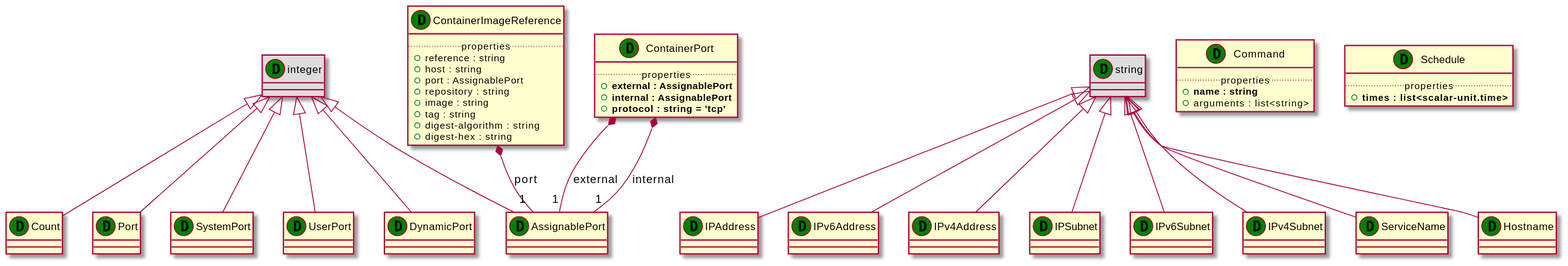
Before: examples/Khutulun/diagrams/uml2/data-uml2-class-diagram.svg, a diagram exported from PlantUML (Orange-OpenSource/Cloudnet-TOSCA-toolbox).
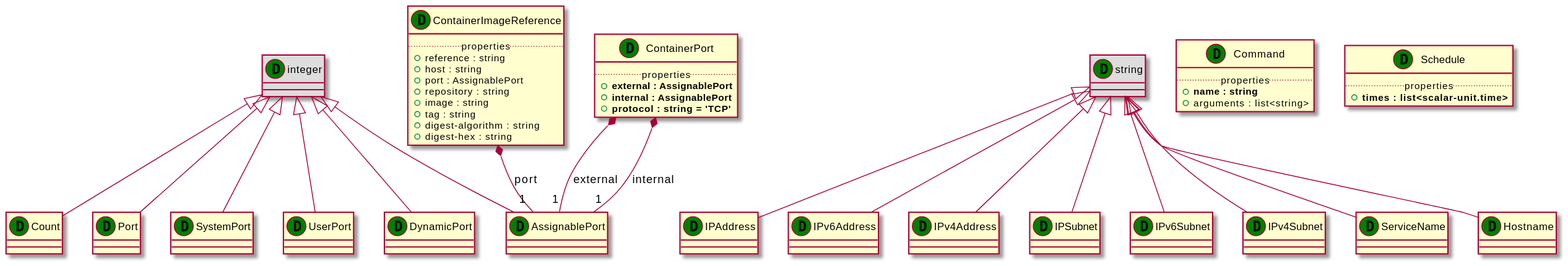
The same file after the commit.

What changed in the source:
```diff
@@ -81,7 +81,7 @@
 .. properties ..
 +<b>external : AssignablePort
 +<b>internal : AssignablePort
-+<b>protocol : string = 'tcp'
++<b>protocol : string = 'TCP'
 }
 ContainerPort_DT *-- "1" AssignablePort_DT : external
 ContainerPort_DT *-- "1" AssignablePort_DT : internal
```
